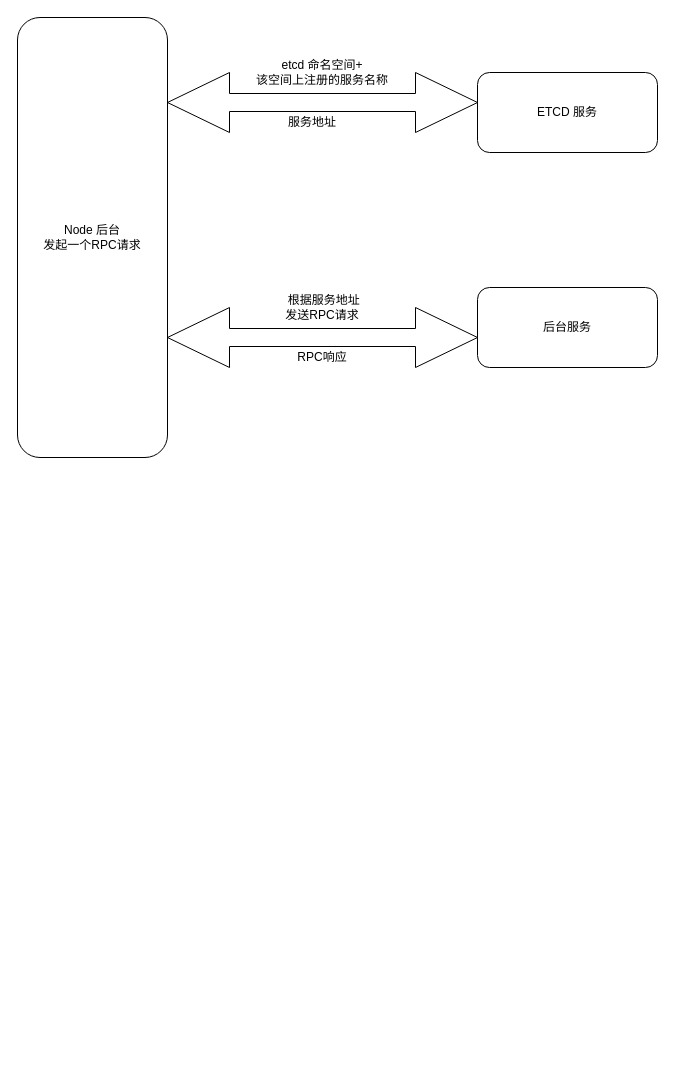
The draw.io diagram etcd&rpc流程.drawio in landiy/drawio-repo, before the edit. Source tidied: cells renumbered, new cells numbered last; positions are measured from the earlier drawing's top-left corner, leaving out a move shared by most shapes. Both pictures are drawn from the tidied source at 100%, with x=0, y=0 at pixel (17, 17).
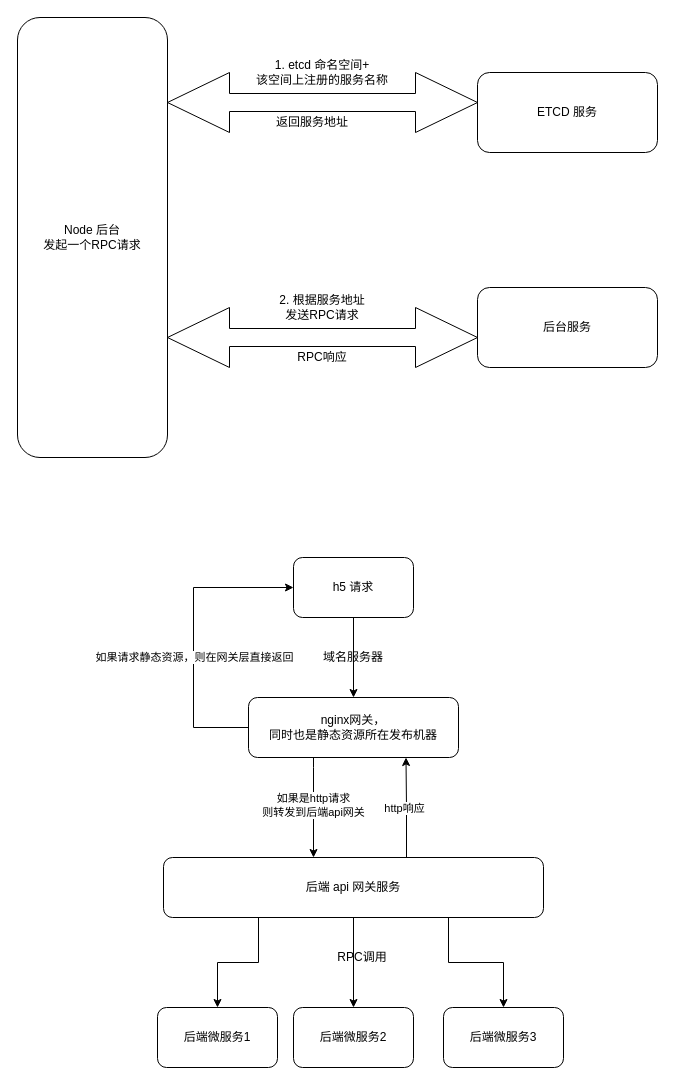
After the change.

Diff of the diagram source:
```diff
@@
-    <mxCell id="5" value="etcd 命名空间+&lt;br&gt;该空间上注册的服务名称" style="text;html=1;strokeColor=none;fillColor=none;align=center;verticalAlign=middle;whiteSpace=wrap;rounded=0;" parent="1" vertex="1">
+    <mxCell id="5" value="1. etcd 命名空间+&lt;br&gt;该空间上注册的服务名称" style="text;html=1;strokeColor=none;fillColor=none;align=center;verticalAlign=middle;whiteSpace=wrap;rounded=0;" parent="1" vertex="1">
       <mxGeometry x="210" y="50" width="190" height="10" as="geometry" />
     </mxCell>
-    <mxCell id="6" value="服务地址" style="text;html=1;strokeColor=none;fillColor=none;align=center;verticalAlign=middle;whiteSpace=wrap;rounded=0;" parent="1" vertex="1">
+    <mxCell id="6" value="返回服务地址" style="text;html=1;strokeColor=none;fillColor=none;align=center;verticalAlign=middle;whiteSpace=wrap;rounded=0;" parent="1" vertex="1">
       <mxGeometry x="240" y="95" width="110" height="20" as="geometry" />
     </mxCell>
@@
-    <mxCell id="9" value="&amp;nbsp;根据服务地址&lt;br&gt;发送RPC请求" style="text;html=1;strokeColor=none;fillColor=none;align=center;verticalAlign=middle;whiteSpace=wrap;rounded=0;" parent="1" vertex="1">
+    <mxCell id="9" value="2. 根据服务地址&lt;br&gt;发送RPC请求" style="text;html=1;strokeColor=none;fillColor=none;align=center;verticalAlign=middle;whiteSpace=wrap;rounded=0;" parent="1" vertex="1">
       <mxGeometry x="235" y="270" width="140" height="40" as="geometry" />
     </mxCell>
@@
+    <mxCell id="11" style="edgeStyle=orthogonalEdgeStyle;rounded=0;jettySize=auto;html=1;" parent="1" edge="1" source="12" target="17">
+      <mxGeometry relative="1" as="geometry" />
+    </mxCell>
+    <mxCell id="12" value="h5 请求" style="rounded=1;whiteSpace=wrap;html=1;" parent="1" vertex="1">
+      <mxGeometry x="276" y="540" width="120" height="60" as="geometry" />
+    </mxCell>
+    <mxCell id="13" style="edgeStyle=orthogonalEdgeStyle;rounded=0;jettySize=auto;html=1;" parent="1" edge="1" source="17" target="24">
+      <mxGeometry relative="1" as="geometry">
+        <Array as="points">
+          <mxPoint x="296" y="750" />
+          <mxPoint x="296" y="750" />
+        </Array>
+      </mxGeometry>
+    </mxCell>
+    <mxCell id="14" value="如果是http请求&lt;br&gt;则转发到后端api网关" style="edgeLabel;html=1;align=center;verticalAlign=middle;" parent="13" vertex="1">
+      <mxGeometry x="-0.07" y="-1" relative="1" as="geometry" />
+    </mxCell>
+    <mxCell id="15" style="edgeStyle=orthogonalEdgeStyle;rounded=0;jettySize=auto;html=1;exitX=0;exitY=0.5;exitDx=0;exitDy=0;entryX=0;entryY=0.5;entryDx=0;entryDy=0;" parent="1" edge="1" source="17" target="12">
+      <mxGeometry relative="1" as="geometry">
+        <Array as="points">
+          <mxPoint x="176" y="710" />
+          <mxPoint x="176" y="570" />
+        </Array>
+      </mxGeometry>
+    </mxCell>
+    <mxCell id="16" value="如果请求静态资源，则在网关层直接返回" style="edgeLabel;html=1;align=center;verticalAlign=middle;" parent="15" vertex="1">
+      <mxGeometry x="-0.37" relative="1" as="geometry">
+        <mxPoint y="-33" as="offset" />
+      </mxGeometry>
+    </mxCell>
+    <mxCell id="17" value="nginx网关，&lt;br&gt;同时也是静态资源所在发布机器" style="whiteSpace=wrap;html=1;rounded=1;" parent="1" vertex="1">
+      <mxGeometry x="231" y="680" width="210" height="60" as="geometry" />
+    </mxCell>
+    <mxCell id="18" value="域名服务器" style="text;html=1;strokeColor=none;fillColor=none;align=center;verticalAlign=middle;whiteSpace=wrap;rounded=0;" parent="1" vertex="1">
+      <mxGeometry x="286" y="630" width="100" height="20" as="geometry" />
+    </mxCell>
+    <mxCell id="19" style="edgeStyle=orthogonalEdgeStyle;rounded=0;jettySize=auto;html=1;exitX=0.25;exitY=1;exitDx=0;exitDy=0;entryX=0.5;entryY=0;entryDx=0;entryDy=0;" parent="1" edge="1" source="24" target="25">
+      <mxGeometry relative="1" as="geometry" />
+    </mxCell>
+    <mxCell id="20" style="edgeStyle=orthogonalEdgeStyle;rounded=0;jettySize=auto;html=1;exitX=0.5;exitY=1;exitDx=0;exitDy=0;entryX=0.5;entryY=0;entryDx=0;entryDy=0;" parent="1" edge="1" source="24" target="26">
+      <mxGeometry relative="1" as="geometry" />
+    </mxCell>
+    <mxCell id="21" style="edgeStyle=orthogonalEdgeStyle;rounded=0;jettySize=auto;html=1;exitX=0.75;exitY=1;exitDx=0;exitDy=0;entryX=0.5;entryY=0;entryDx=0;entryDy=0;" parent="1" edge="1" source="24" target="27">
+      <mxGeometry relative="1" as="geometry" />
+    </mxCell>
+    <mxCell id="22" style="edgeStyle=orthogonalEdgeStyle;rounded=0;jettySize=auto;html=1;exitX=0.75;exitY=0;exitDx=0;exitDy=0;entryX=0.75;entryY=1;entryDx=0;entryDy=0;" parent="1" edge="1" source="24" target="17">
+      <mxGeometry relative="1" as="geometry">
+        <Array as="points">
+          <mxPoint x="389" y="840" />
+          <mxPoint x="389" y="790" />
+        </Array>
+      </mxGeometry>
+    </mxCell>
+    <mxCell id="23" value="http响应" style="edgeLabel;html=1;align=center;verticalAlign=middle;" parent="22" vertex="1">
+      <mxGeometry x="0.1" y="2" relative="1" as="geometry">
+        <mxPoint x="-1" y="-14" as="offset" />
+      </mxGeometry>
+    </mxCell>
+    <mxCell id="24" value="后端 api 网关服务" style="whiteSpace=wrap;html=1;rounded=1;" parent="1" vertex="1">
+      <mxGeometry x="146" y="840" width="380" height="60" as="geometry" />
+    </mxCell>
+    <mxCell id="25" value="后端微服务1" style="rounded=1;whiteSpace=wrap;html=1;" parent="1" vertex="1">
+      <mxGeometry x="140" y="990" width="120" height="60" as="geometry" />
+    </mxCell>
+    <mxCell id="26" value="&lt;span&gt;后端微服务2&lt;/span&gt;" style="rounded=1;whiteSpace=wrap;html=1;" parent="1" vertex="1">
+      <mxGeometry x="276" y="990" width="120" height="60" as="geometry" />
+    </mxCell>
+    <mxCell id="27" value="&lt;span&gt;后端微服务3&lt;/span&gt;" style="rounded=1;whiteSpace=wrap;html=1;" parent="1" vertex="1">
+      <mxGeometry x="426" y="990" width="120" height="60" as="geometry" />
+    </mxCell>
+    <mxCell id="28" value="RPC调用" style="text;html=1;strokeColor=none;fillColor=none;align=center;verticalAlign=middle;whiteSpace=wrap;rounded=0;" parent="1" vertex="1">
+      <mxGeometry x="315" y="930" width="60" height="20" as="geometry" />
+    </mxCell>
```
